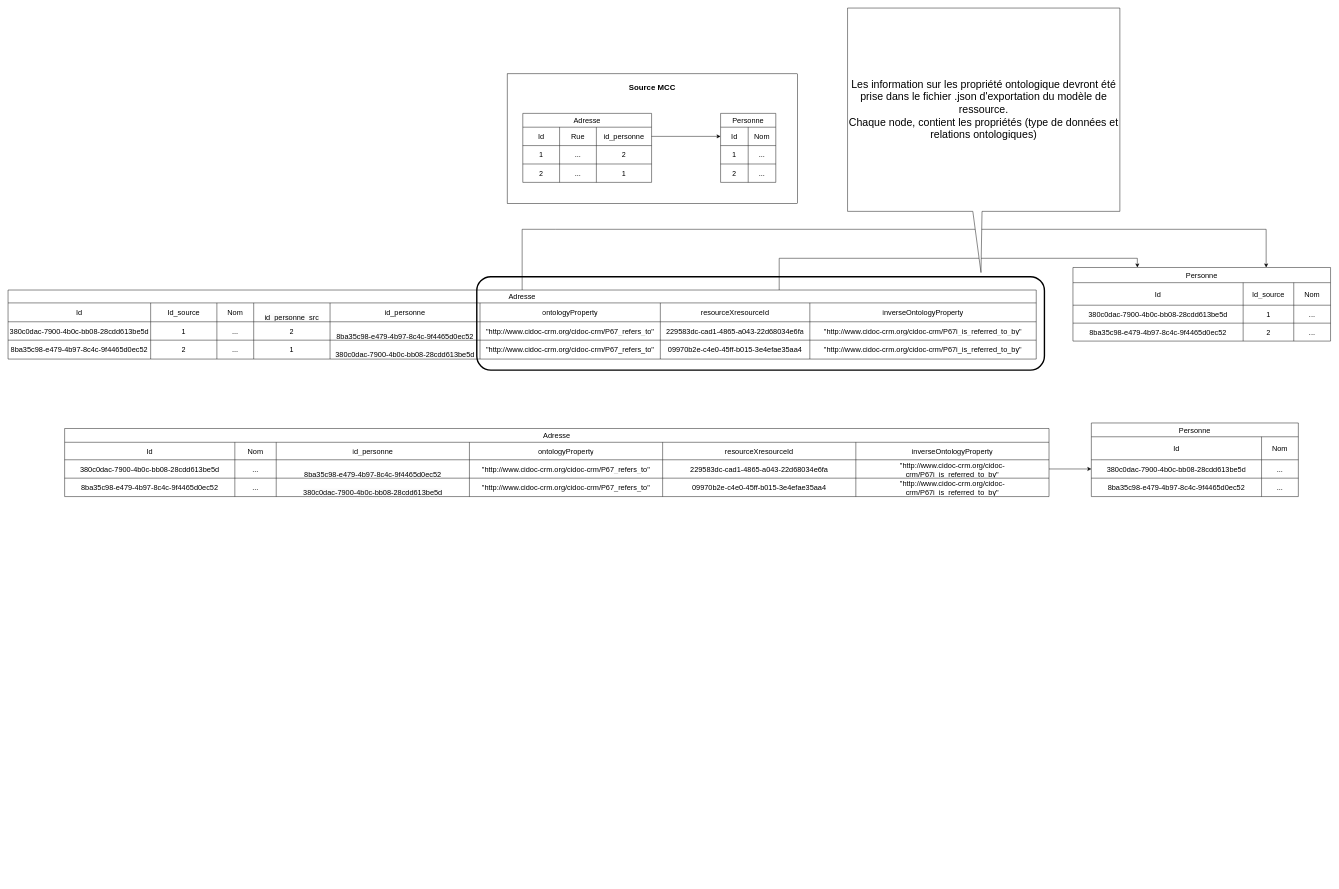
Before: relation_importations_arches.drawio in thalleslimasys/Draws, a draw.io diagram. Source tidied: cells renumbered, new cells numbered last; positions are measured from the earlier drawing's top-left corner, leaving out a move shared by most shapes. Both pictures are drawn from the tidied source at 46%, with x=0, y=0 at pixel (8, 8).
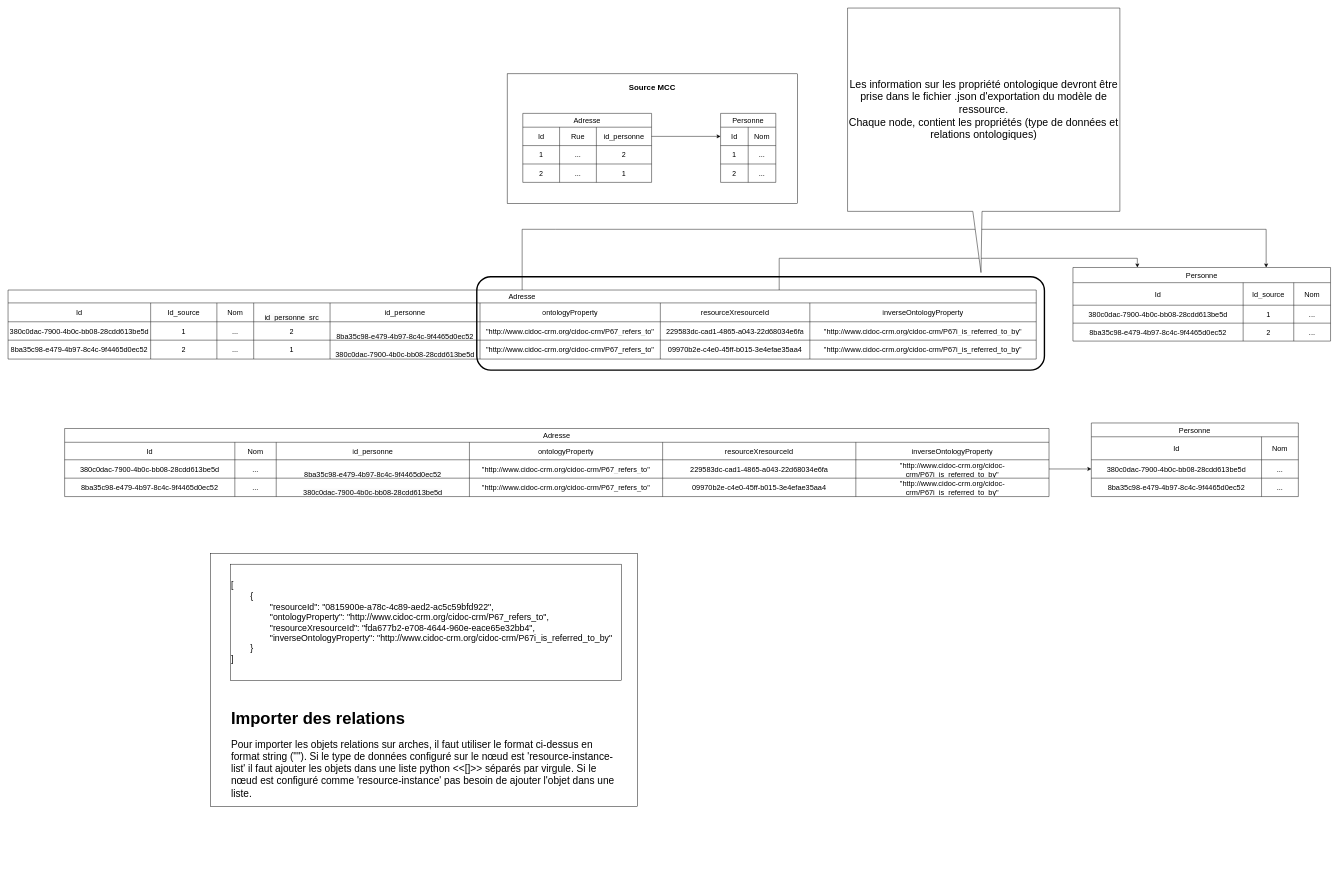
The same page after the edit.

Diff of the diagram source:
```diff
@@
-    <mxCell id="102" value="&lt;font style=&quot;font-size: 23px;&quot;&gt;Les information sur les propriété ontologique devront été prise dans le fichier .json d'exportation du modèle de ressource.&lt;/font&gt;&lt;div&gt;&lt;span style=&quot;font-size: 23px;&quot;&gt;Chaque node, contient les propriétés (type de données et relations ontologiques)&lt;/span&gt;&lt;/div&gt;" style="shape=callout;whiteSpace=wrap;html=1;perimeter=calloutPerimeter;position2=0.49;size=133;position=0.46;" parent="1" vertex="1">
+    <mxCell id="102" value="&lt;font style=&quot;font-size: 23px;&quot;&gt;Les information sur les propriété ontologique devront être prise dans le fichier .json d'exportation du modèle de ressource.&lt;/font&gt;&lt;div&gt;&lt;span style=&quot;font-size: 23px;&quot;&gt;Chaque node, contient les propriétés (type de données et relations ontologiques)&lt;/span&gt;&lt;/div&gt;" style="shape=callout;whiteSpace=wrap;html=1;perimeter=calloutPerimeter;position2=0.49;size=133;position=0.46;" parent="1" vertex="1">
       <mxGeometry x="1825" width="592" height="575" as="geometry" />
     </mxCell>
@@
+    <mxCell id="106" value="&lt;div&gt;[&lt;/div&gt;&lt;div&gt;&lt;span style=&quot;white-space: normal;&quot;&gt;&lt;span style=&quot;white-space:pre&quot;&gt;&#9;&lt;/span&gt;{&lt;/span&gt;&lt;/div&gt;&lt;div&gt;&lt;span style=&quot;white-space: normal;&quot;&gt;&lt;span style=&quot;white-space:pre&quot;&gt;&#9;&#9;&lt;/span&gt;&quot;resourceId&quot;: &quot;0815900e-a78c-4c89-aed2-ac5c59bfd922&quot;,&lt;/span&gt;&lt;/div&gt;&lt;div&gt;&lt;span style=&quot;white-space: normal;&quot;&gt;&lt;span style=&quot;white-space:pre&quot;&gt;&#9;&#9;&lt;/span&gt;&quot;ontologyProperty&quot;: &quot;http://www.cidoc-crm.org/cidoc-crm/P67_refers_to&quot;,&lt;/span&gt;&lt;/div&gt;&lt;div&gt;&lt;span style=&quot;white-space: normal;&quot;&gt;&lt;span style=&quot;white-space:pre&quot;&gt;&#9;&#9;&lt;/span&gt;&quot;resourceXresourceId&quot;: &quot;fda677b2-e708-4644-960e-eace65e32bb4&quot;,&lt;/span&gt;&lt;/div&gt;&lt;div&gt;&lt;span style=&quot;white-space: normal;&quot;&gt;&lt;span style=&quot;white-space:pre&quot;&gt;&#9;&#9;&lt;/span&gt;&quot;inverseOntologyProperty&quot;: &quot;http://www.cidoc-crm.org/cidoc-crm/P67i_is_referred_to_by&quot;&lt;/span&gt;&lt;/div&gt;&lt;div&gt;&lt;span style=&quot;white-space: normal;&quot;&gt;&lt;span style=&quot;white-space:pre&quot;&gt;&#9;&lt;/span&gt;}&lt;/span&gt;&lt;/div&gt;&lt;div&gt;]&lt;/div&gt;" style="rounded=0;whiteSpace=wrap;html=1;fontSize=19;align=left;" parent="1" vertex="1">
+      <mxGeometry x="483" y="1209" width="850" height="253" as="geometry" />
+    </mxCell>
+    <mxCell id="107" value="&lt;h1 style=&quot;margin-top: 0px;&quot;&gt;Importer des relations&lt;/h1&gt;&lt;p&gt;&lt;font style=&quot;font-size: 22px;&quot;&gt;Pour importer les objets relations sur arches, il faut utiliser le format ci-dessus en format string (&quot;&quot;). Si le type de données configuré sur le nœud est 'resource-instance-list' il faut ajouter les objets dans une liste python &amp;lt;&amp;lt;[]&amp;gt;&amp;gt; séparés par virgule. Si le nœud est configuré comme 'resource-instance' pas besoin de ajouter l'objet dans une liste.&lt;/font&gt;&lt;/p&gt;" style="text;html=1;whiteSpace=wrap;overflow=hidden;rounded=0;fontSize=18;" parent="1" vertex="1">
+      <mxGeometry x="483" y="1515" width="852" height="379" as="geometry" />
+    </mxCell>
+    <mxCell id="108" style="rounded=0;whiteSpace=wrap;html=1;fillColor=none;" parent="1" vertex="1">
+      <mxGeometry x="440" y="1186" width="928" height="550" as="geometry" />
+    </mxCell>
```
